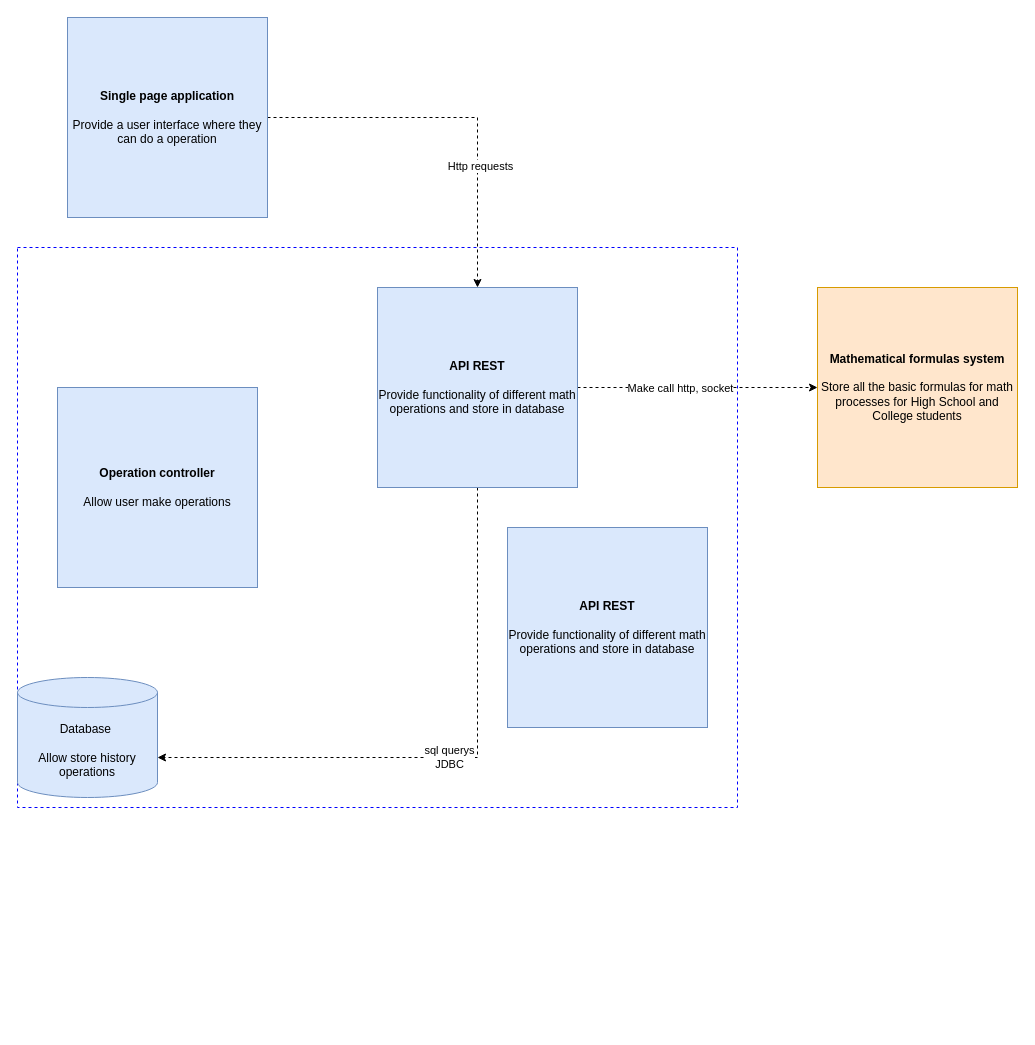
The draw.io diagram Diagrams/component_diagram.drawio in armando555/go-api-cicd, before the edit. Source tidied: cells renumbered, new cells numbered last; positions are measured from the earlier drawing's top-left corner, leaving out a move shared by most shapes. Both pictures are drawn from the tidied source at 100%, with x=0, y=0 at pixel (17, 17).
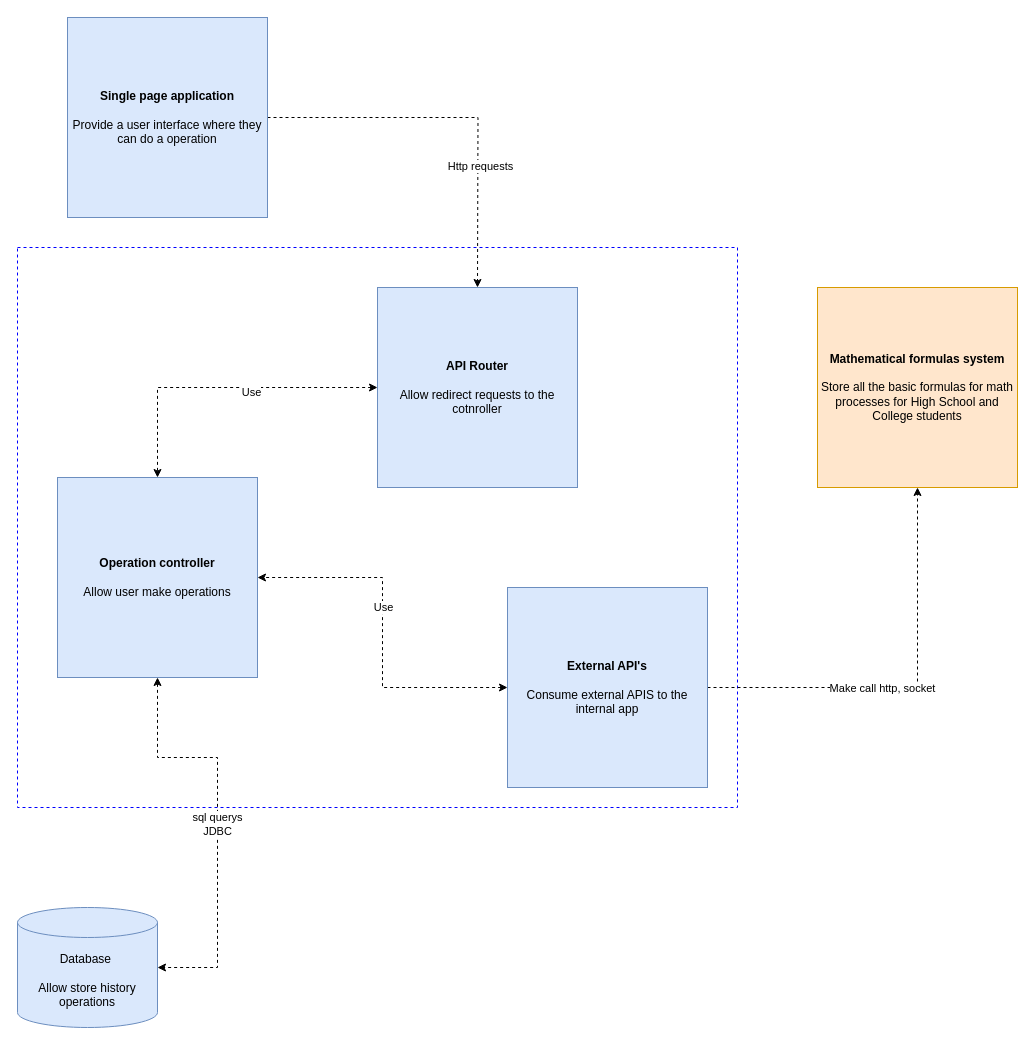
The same page after the edit.

Commit message (it also covers changes not shown here):
updating repo with componen diagram

Unchanged cells that the change refers to:
```xml
<mxCell id="10" value="&lt;b&gt;Single page application&lt;/b&gt;&lt;br&gt;&lt;br&gt;Provide a user interface where they can do a operation" style="whiteSpace=wrap;html=1;fillColor=#dae8fc;strokeColor=#6c8ebf;" parent="1" vertex="1">
  <mxGeometry x="50" width="200" height="200" as="geometry" />
</mxCell>
<mxCell id="11" value="&lt;b&gt;Mathematical formulas system&lt;/b&gt;&lt;br&gt;&lt;br&gt;Store all the basic formulas for math processes for High School and College students" style="whiteSpace=wrap;html=1;fillColor=#ffe6cc;strokeColor=#d79b00;" parent="1" vertex="1">
  <mxGeometry x="800" y="270" width="200" height="200" as="geometry" />
</mxCell>
```

Change to the diagram source:
```diff
@@
-    <mxCell id="3" value="sql querys&lt;br&gt;JDBC" style="edgeStyle=orthogonalEdgeStyle;rounded=0;jettySize=auto;html=1;dashed=1;" parent="1" edge="1" source="6" target="7">
+    <mxCell id="3" value="sql querys&lt;br&gt;JDBC" style="edgeStyle=orthogonalEdgeStyle;rounded=0;jettySize=auto;html=1;dashed=1;exitX=0.5;exitY=1;exitDx=0;exitDy=0;startArrow=classic;startFill=1;" parent="1" edge="1" source="12" target="7">
       <mxGeometry x="0.01" relative="1" as="geometry">
         <Array as="points">
-          <mxPoint x="460" y="740" />
+          <mxPoint x="140" y="740" />
+          <mxPoint x="200" y="740" />
+          <mxPoint x="200" y="950" />
         </Array>
       </mxGeometry>
     </mxCell>
-    <mxCell id="4" style="edgeStyle=orthogonalEdgeStyle;rounded=0;jettySize=auto;html=1;dashed=1;" parent="1" edge="1" source="6" target="11">
+    <mxCell id="4" style="edgeStyle=orthogonalEdgeStyle;rounded=0;jettySize=auto;html=1;dashed=1;exitX=1;exitY=0.5;exitDx=0;exitDy=0;" parent="1" edge="1" source="13" target="11">
       <mxGeometry relative="1" as="geometry" />
     </mxCell>
@@
-    <mxCell id="6" value="&lt;b&gt;API REST&lt;/b&gt;&lt;br&gt;&lt;br&gt;Provide functionality of different math operations and store in database" style="whiteSpace=wrap;html=1;fillColor=#dae8fc;strokeColor=#6c8ebf;" parent="1" vertex="1">
-      <mxGeometry x="360" y="270" width="200" height="200" as="geometry" />
-    </mxCell>
     <mxCell id="7" value="Database&amp;nbsp;&lt;br&gt;&lt;br&gt;Allow store history operations" style="shape=cylinder3;whiteSpace=wrap;html=1;boundedLbl=1;backgroundOutline=1;size=15;fillColor=#dae8fc;strokeColor=#6c8ebf;" parent="1" vertex="1">
-      <mxGeometry y="660" width="140" height="120" as="geometry" />
+      <mxGeometry y="890" width="140" height="120" as="geometry" />
     </mxCell>
-    <mxCell id="8" style="edgeStyle=orthogonalEdgeStyle;rounded=0;jettySize=auto;html=1;entryX=0.5;entryY=0;entryDx=0;entryDy=0;dashed=1;" parent="1" edge="1" source="10" target="6">
-      <mxGeometry relative="1" as="geometry" />
+    <mxCell id="8" style="edgeStyle=orthogonalEdgeStyle;rounded=0;jettySize=auto;html=1;entryX=0.5;entryY=0;entryDx=0;entryDy=0;dashed=1;" parent="1" edge="1" source="10">
+      <mxGeometry relative="1" as="geometry">
+        <mxPoint x="460" y="270" as="targetPoint" />
+      </mxGeometry>
     </mxCell>
@@
     <mxCell id="12" value="&lt;b&gt;Operation controller&lt;/b&gt;&lt;br&gt;&lt;br&gt;Allow user make operations" style="whiteSpace=wrap;html=1;fillColor=#dae8fc;strokeColor=#6c8ebf;" parent="1" vertex="1">
-      <mxGeometry x="40" y="370" width="200" height="200" as="geometry" />
+      <mxGeometry x="40" y="460" width="200" height="200" as="geometry" />
     </mxCell>
+    <mxCell id="14" style="edgeStyle=orthogonalEdgeStyle;rounded=0;jettySize=auto;html=1;entryX=1;entryY=0.5;entryDx=0;entryDy=0;dashed=1;startArrow=classic;startFill=1;endArrow=classic;endFill=1;" parent="1" edge="1" source="13" target="12">
+      <mxGeometry relative="1" as="geometry" />
+    </mxCell>
+    <mxCell id="15" value="Use" style="edgeLabel;html=1;align=center;verticalAlign=middle;" parent="14" vertex="1">
+      <mxGeometry x="0.14" relative="1" as="geometry">
+        <mxPoint y="-1" as="offset" />
+      </mxGeometry>
+    </mxCell>
-    <mxCell id="13" value="&lt;b&gt;API REST&lt;/b&gt;&lt;br&gt;&lt;br&gt;Provide functionality of different math operations and store in database" style="whiteSpace=wrap;html=1;fillColor=#dae8fc;strokeColor=#6c8ebf;" parent="1" vertex="1">
-      <mxGeometry x="490" y="510" width="200" height="200" as="geometry" />
+    <mxCell id="13" value="&lt;b&gt;External API's&lt;/b&gt;&lt;br&gt;&lt;br&gt;Consume external APIS to the internal app" style="whiteSpace=wrap;html=1;fillColor=#dae8fc;strokeColor=#6c8ebf;" parent="1" vertex="1">
+      <mxGeometry x="490" y="570" width="200" height="200" as="geometry" />
     </mxCell>
+    <mxCell id="16" style="edgeStyle=orthogonalEdgeStyle;rounded=0;jettySize=auto;html=1;entryX=0.5;entryY=0;entryDx=0;entryDy=0;dashed=1;startArrow=classic;startFill=1;" parent="1" edge="1" source="18" target="12">
+      <mxGeometry relative="1" as="geometry" />
+    </mxCell>
+    <mxCell id="17" value="Use" style="edgeLabel;html=1;align=center;verticalAlign=middle;" parent="16" vertex="1">
+      <mxGeometry x="-0.18" y="4" relative="1" as="geometry" />
+    </mxCell>
+    <mxCell id="18" value="&lt;b&gt;API Router&lt;/b&gt;&lt;br&gt;&lt;br&gt;Allow redirect requests to the cotnroller" style="whiteSpace=wrap;html=1;fillColor=#dae8fc;strokeColor=#6c8ebf;" parent="1" vertex="1">
+      <mxGeometry x="360" y="270" width="200" height="200" as="geometry" />
+    </mxCell>
```
